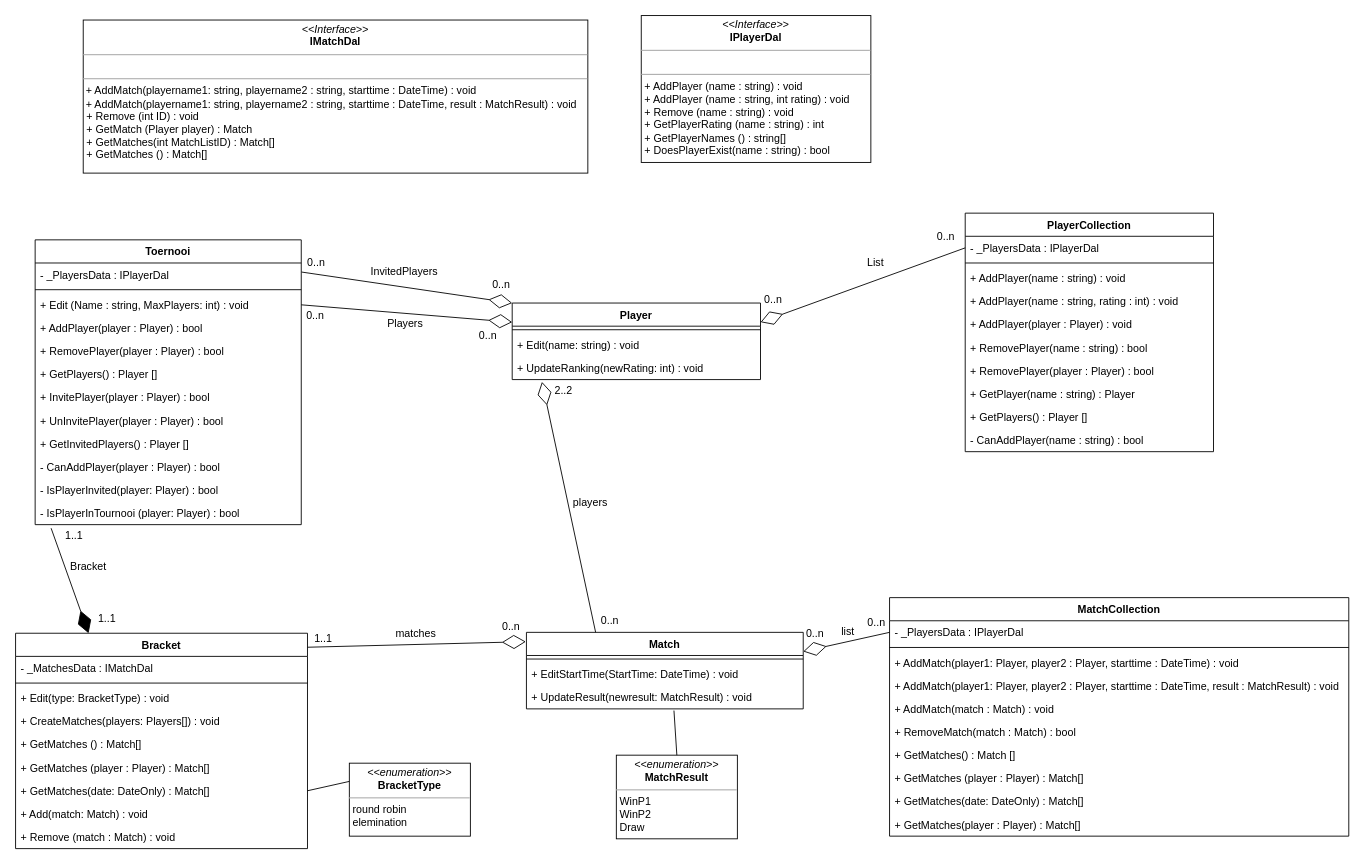
Before: SBS CoreLayer ClassDiagram.drawio in BartSchool/Semester-2, a draw.io diagram. Source tidied: cells renumbered, new cells numbered last; positions are measured from the earlier drawing's top-left corner, leaving out a move shared by most shapes. Both pictures are drawn from the tidied source at 89%, with x=0, y=0 at pixel (15, 15).
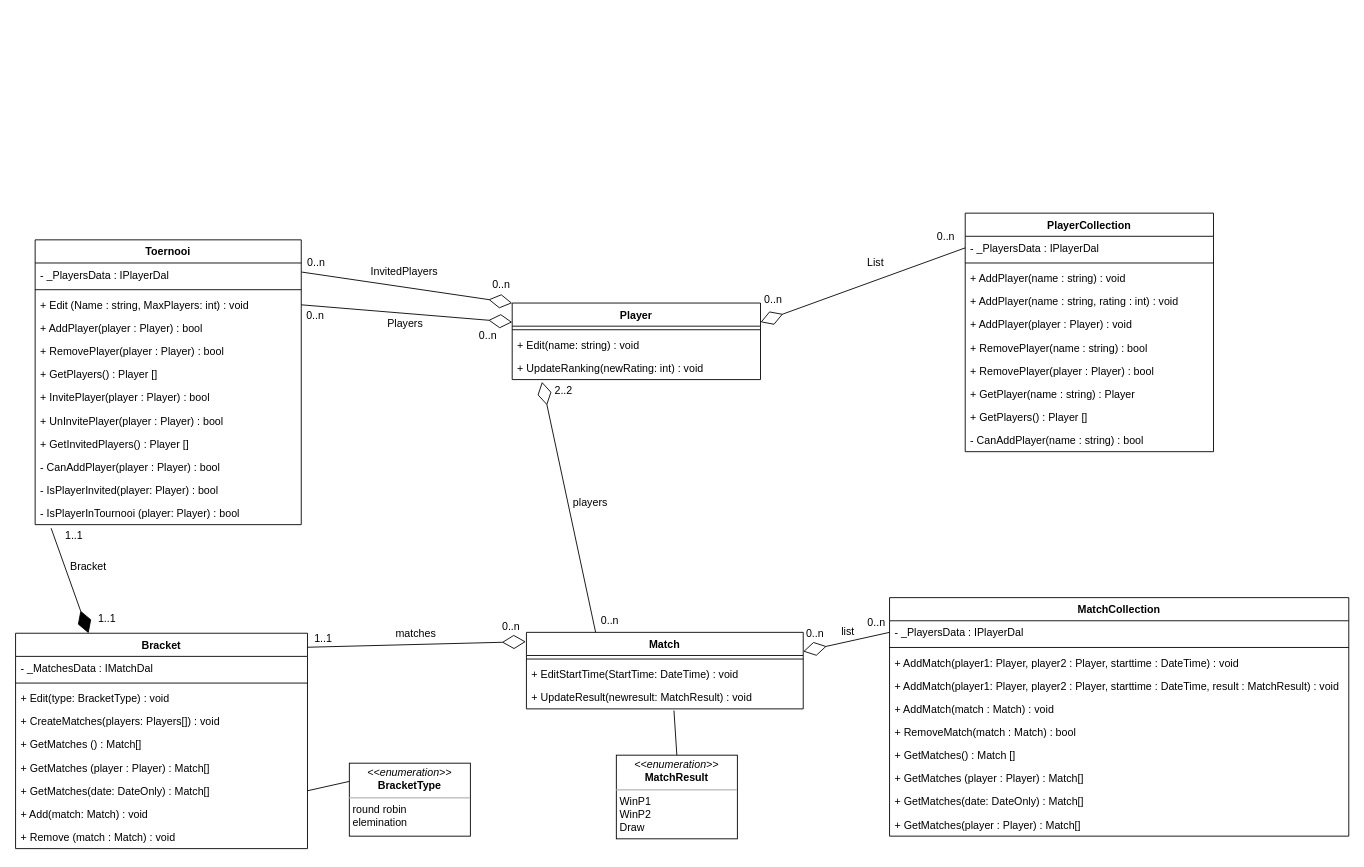
The same page after the edit.

Diff of the diagram source:
```diff
@@
-    <mxCell id="41" value="&lt;p style=&quot;margin:0px;margin-top:4px;text-align:center;&quot;&gt;&lt;i&gt;&amp;lt;&amp;lt;Interface&amp;gt;&amp;gt;&lt;/i&gt;&lt;br&gt;&lt;b&gt;IPlayerDal&lt;/b&gt;&lt;/p&gt;&lt;hr size=&quot;1&quot;&gt;&lt;p style=&quot;margin:0px;margin-left:4px;&quot;&gt;&lt;br&gt;&lt;/p&gt;&lt;hr size=&quot;1&quot;&gt;&lt;p style=&quot;margin:0px;margin-left:4px;&quot;&gt;+ AddPlayer (name : string) : void&lt;/p&gt;&lt;p style=&quot;margin:0px;margin-left:4px;&quot;&gt;+ AddPlayer (name : string, int rating) : void&lt;br&gt;+ Remove (name : string) : void&lt;br&gt;&lt;/p&gt;&lt;p style=&quot;margin:0px;margin-left:4px;&quot;&gt;+ GetPlayerRating (name : string) : int&lt;/p&gt;&lt;p style=&quot;border-color: var(--border-color); margin: 0px 0px 0px 4px;&quot;&gt;+ GetPlayerNames () : string[]&lt;/p&gt;&lt;p style=&quot;border-color: var(--border-color); margin: 0px 0px 0px 4px;&quot;&gt;+ DoesPlayerExist(name : string) : bool&lt;br&gt;&lt;/p&gt;&lt;p style=&quot;margin:0px;margin-left:4px;&quot;&gt;&lt;br&gt;&lt;/p&gt;" style="verticalAlign=top;align=left;overflow=fill;fontSize=12;fontFamily=Helvetica;html=1;whiteSpace=wrap;" parent="1" vertex="1">
-      <mxGeometry x="703" width="258" height="165" as="geometry" />
-    </mxCell>
@@
-    <mxCell id="45" value="&lt;p style=&quot;margin:0px;margin-top:4px;text-align:center;&quot;&gt;&lt;i&gt;&amp;lt;&amp;lt;Interface&amp;gt;&amp;gt;&lt;/i&gt;&lt;br&gt;&lt;b&gt;IMatchDal&lt;/b&gt;&lt;/p&gt;&lt;hr size=&quot;1&quot;&gt;&lt;p style=&quot;margin:0px;margin-left:4px;&quot;&gt;&lt;br&gt;&lt;/p&gt;&lt;hr size=&quot;1&quot;&gt;&amp;nbsp;+ AddMatch(playername1: string, playername2 : string, starttime : DateTime)&amp;nbsp;: void&lt;br&gt;&amp;nbsp;+ AddMatch(playername1: string, playername2 : string, starttime : DateTime, result : MatchResult)&amp;nbsp;: void&lt;br&gt;&lt;p style=&quot;margin:0px;margin-left:4px;&quot;&gt;&lt;span style=&quot;background-color: initial;&quot;&gt;+ Remove (int ID) : void&lt;/span&gt;&lt;br&gt;&lt;/p&gt;&lt;p style=&quot;margin:0px;margin-left:4px;&quot;&gt;+ GetMatch (Player player) : Match&lt;/p&gt;&lt;p style=&quot;margin:0px;margin-left:4px;&quot;&gt;+ GetMatches(int MatchListID) : Match[]&lt;/p&gt;&lt;p style=&quot;margin:0px;margin-left:4px;&quot;&gt;+ GetMatches () : Match[]&lt;/p&gt;" style="verticalAlign=top;align=left;overflow=fill;fontSize=12;fontFamily=Helvetica;html=1;whiteSpace=wrap;" parent="1" vertex="1">
-      <mxGeometry x="76" y="5" width="567" height="172" as="geometry" />
-    </mxCell>
```
